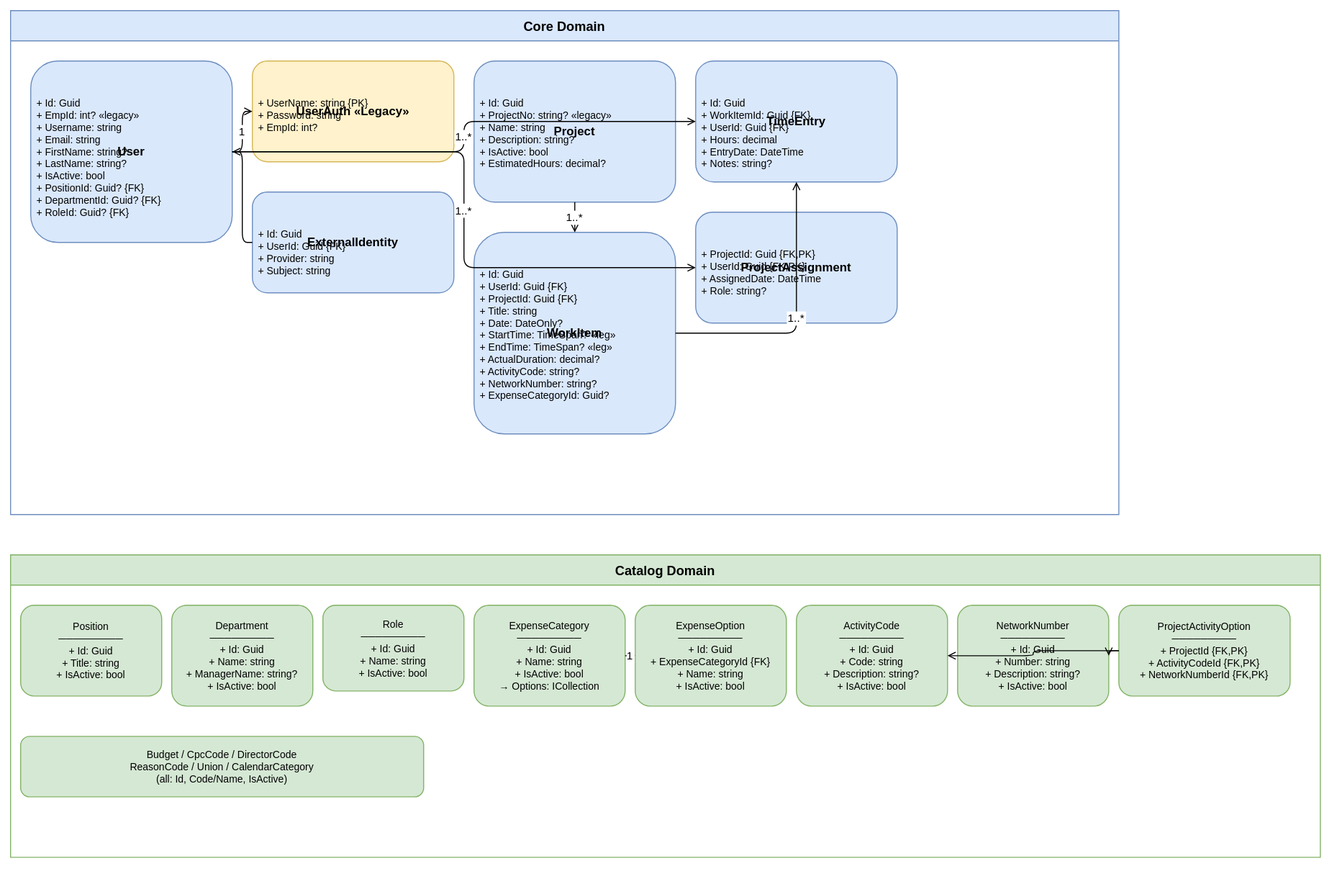
Earlier version of the draw.io export diagrams/drawio/svg/domain-model.svg (rloisell/DSC-modernization). Source tidied: cells renumbered, new cells last; positions are measured from the earlier drawing's top-left corner, leaving out a move shared by most shapes.
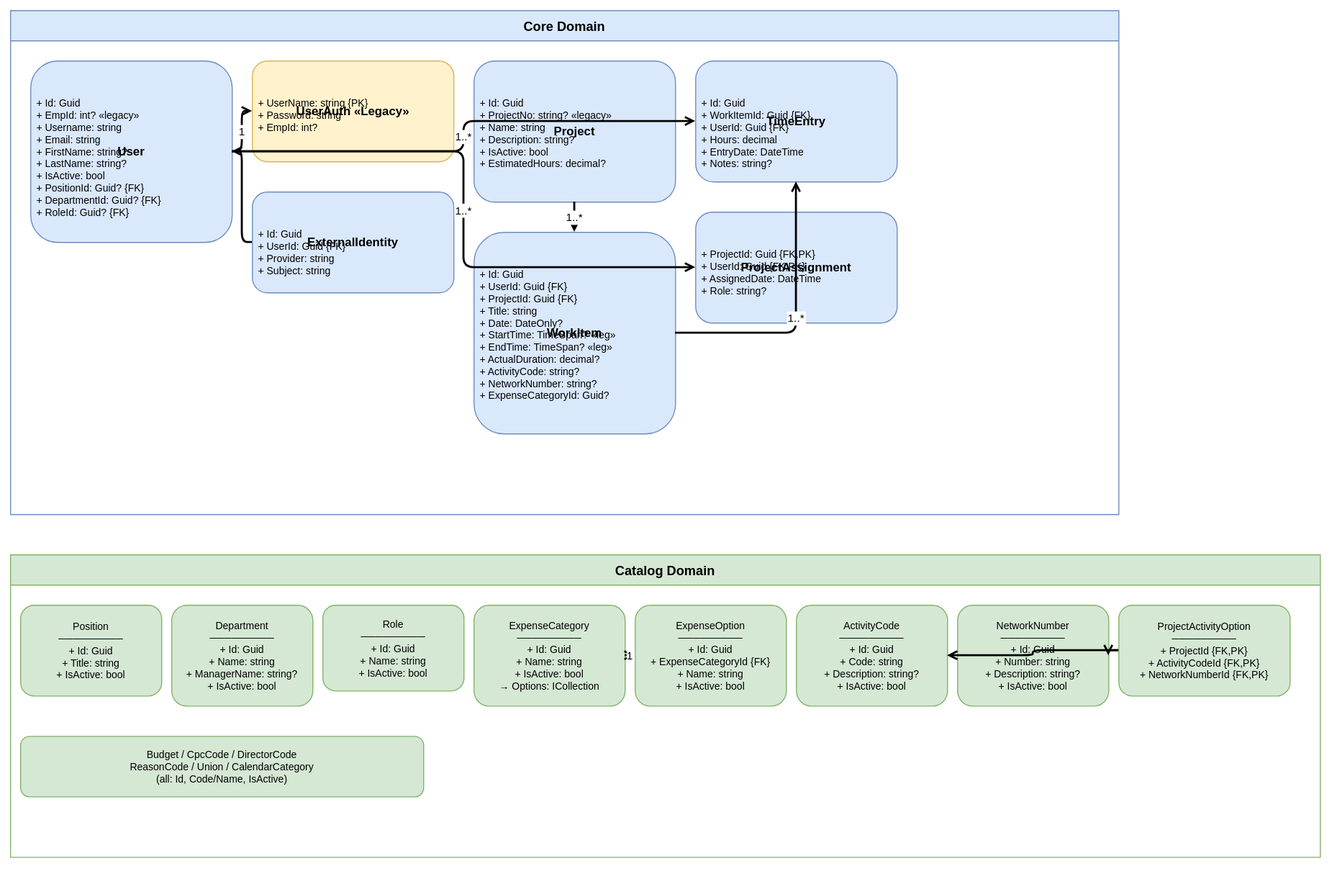
The same file after the commit.

Diff of the diagram source:
```diff
@@ -1,4 +1,4 @@
-<mxGraphModel>
+<mxGraphModel background="#ffffff">
   <root>
     <mxCell id="0" />
     <mxCell id="1" parent="0" />
@@ -47,22 +47,22 @@
     <mxCell id="16" value="+ ProjectId: Guid {FK,PK}&#10;+ UserId: Guid {FK,PK}&#10;+ AssignedDate: DateTime&#10;+ Role: string?" style="text;html=1;strokeColor=none;fillColor=none;align=left;verticalAlign=top;spacingLeft=4;fontSize=10;" parent="2" vertex="1">
       <mxGeometry x="680" y="230" width="200" height="75" as="geometry" />
     </mxCell>
-    <mxCell id="17" value="1" style="edgeStyle=orthogonalEdgeStyle;endArrow=open;startArrow=none;" parent="2" edge="1" source="3" target="5">
+    <mxCell id="17" value="1" style="edgeStyle=orthogonalEdgeStyle;endArrow=open;startArrow=none;strokeWidth=2;" parent="2" edge="1" source="3" target="5">
       <mxGeometry relative="1" as="geometry" />
     </mxCell>
-    <mxCell id="18" value="1..*" style="edgeStyle=orthogonalEdgeStyle;endArrow=open;" parent="2" edge="1" source="3" target="13">
+    <mxCell id="18" value="1..*" style="edgeStyle=orthogonalEdgeStyle;endArrow=open;strokeWidth=2;" parent="2" edge="1" source="3" target="13">
       <mxGeometry relative="1" as="geometry" />
     </mxCell>
-    <mxCell id="19" value="1..*" style="edgeStyle=orthogonalEdgeStyle;endArrow=open;" parent="2" edge="1" source="3" target="15">
+    <mxCell id="19" value="1..*" style="edgeStyle=orthogonalEdgeStyle;endArrow=open;strokeWidth=2;" parent="2" edge="1" source="3" target="15">
       <mxGeometry relative="1" as="geometry" />
     </mxCell>
-    <mxCell id="20" value="1..*" style="edgeStyle=orthogonalEdgeStyle;endArrow=open;" parent="2" edge="1" source="9" target="11">
+    <mxCell id="20" value="1..*" style="edgeStyle=orthogonalEdgeStyle;endArrow=open;strokeWidth=2;" parent="2" edge="1" source="9" target="11">
       <mxGeometry relative="1" as="geometry" />
     </mxCell>
-    <mxCell id="21" value="1..*" style="edgeStyle=orthogonalEdgeStyle;endArrow=open;" parent="2" edge="1" source="11" target="13">
+    <mxCell id="21" value="1..*" style="edgeStyle=orthogonalEdgeStyle;endArrow=open;strokeWidth=2;" parent="2" edge="1" source="11" target="13">
       <mxGeometry relative="1" as="geometry" />
     </mxCell>
-    <mxCell id="22" style="edgeStyle=orthogonalEdgeStyle;endArrow=open;" parent="2" edge="1" source="7" target="3">
+    <mxCell id="22" style="edgeStyle=orthogonalEdgeStyle;endArrow=open;strokeWidth=2;" parent="2" edge="1" source="7" target="3">
       <mxGeometry relative="1" as="geometry" />
     </mxCell>
     <mxCell id="23" value="Catalog Domain" style="swimlane;startSize=30;fillColor=#d5e8d4;strokeColor=#82b366;fontStyle=1;fontSize=13;" parent="1" vertex="1">
@@ -95,13 +95,13 @@
     <mxCell id="32" value="Budget / CpcCode / DirectorCode&#10;ReasonCode / Union / CalendarCategory&#10;(all: Id, Code/Name, IsActive)" style="rounded=1;whiteSpace=wrap;html=1;fillColor=#d5e8d4;strokeColor=#82b366;fontSize=10;" parent="23" vertex="1">
       <mxGeometry x="10" y="180" width="400" height="60" as="geometry" />
     </mxCell>
-    <mxCell id="33" value="1" style="edgeStyle=orthogonalEdgeStyle;endArrow=open;" parent="23" edge="1" source="27" target="28">
+    <mxCell id="33" value="1" style="edgeStyle=orthogonalEdgeStyle;endArrow=open;strokeWidth=2;" parent="23" edge="1" source="27" target="28">
       <mxGeometry relative="1" as="geometry" />
     </mxCell>
-    <mxCell id="34" style="edgeStyle=orthogonalEdgeStyle;endArrow=open;" parent="23" edge="1" source="31" target="29">
+    <mxCell id="34" style="edgeStyle=orthogonalEdgeStyle;endArrow=open;strokeWidth=2;" parent="23" edge="1" source="31" target="29">
       <mxGeometry relative="1" as="geometry" />
     </mxCell>
-    <mxCell id="35" style="edgeStyle=orthogonalEdgeStyle;endArrow=open;" parent="23" edge="1" source="31" target="30">
+    <mxCell id="35" style="edgeStyle=orthogonalEdgeStyle;endArrow=open;strokeWidth=2;" parent="23" edge="1" source="31" target="30">
       <mxGeometry relative="1" as="geometry" />
     </mxCell>
   </root>
```
